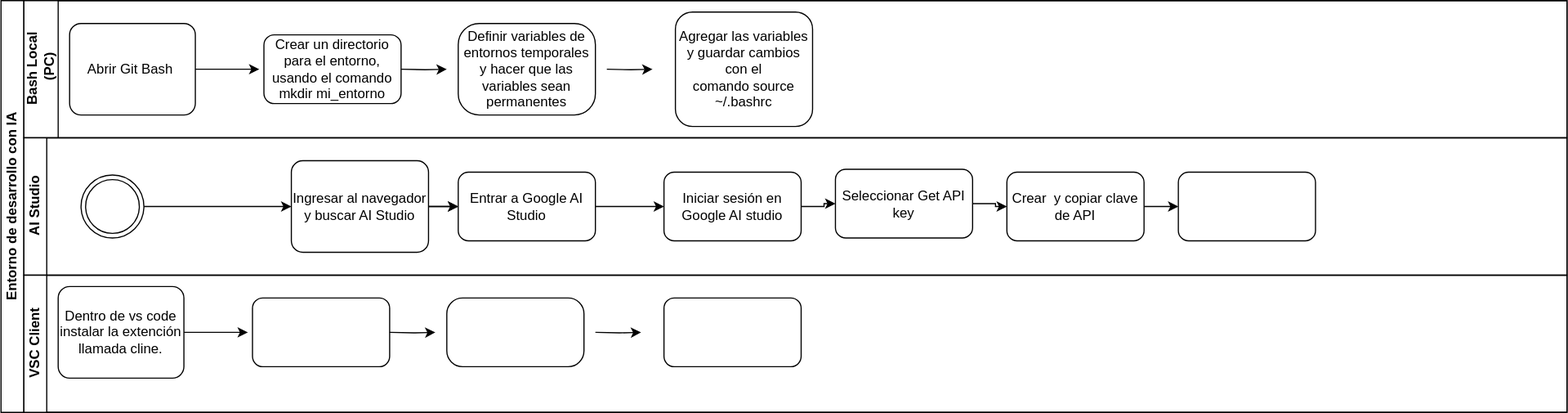
Above: systems_analysis/eva2/crear-env-vars-gitbash-windows.drawio.svg in cdvelop/aiep (draw.io), before the change. Source tidied: cells renumbered, new cells last; positions are measured from the earlier drawing's top-left corner, leaving out a move shared by most shapes. Source of this version:
```xml
<mxGraphModel>
  <root>
    <mxCell id="0" />
    <mxCell id="1" parent="0" />
    <mxCell id="2" value="Entorno de desarrollo con IA" style="swimlane;html=1;horizontal=0;startSize=20;whiteSpace=wrap;" parent="1" vertex="1">
      <mxGeometry width="1370" height="360" as="geometry" />
    </mxCell>
    <mxCell id="3" value="&lt;div&gt;Bash Local&lt;/div&gt;&amp;nbsp;(PC)" style="swimlane;html=1;startSize=30;horizontal=0;" parent="2" vertex="1">
      <mxGeometry x="20" width="1350" height="120" as="geometry" />
    </mxCell>
    <mxCell id="4" value="Abrir Git Bash&amp;nbsp;" style="points=[[0.25,0,0],[0.5,0,0],[0.75,0,0],[1,0.25,0],[1,0.5,0],[1,0.75,0],[0.75,1,0],[0.5,1,0],[0.25,1,0],[0,0.75,0],[0,0.5,0],[0,0.25,0]];shape=mxgraph.bpmn.task2;whiteSpace=wrap;rectStyle=rounded;size=10;html=1;taskMarker=abstract;" parent="3" vertex="1">
      <mxGeometry x="40" y="20" width="110" height="80" as="geometry" />
    </mxCell>
    <mxCell id="5" value="Definir variables de entornos temporales y hacer que las variables sean permanentes" style="rounded=1;whiteSpace=wrap;html=1;arcSize=23;" parent="3" vertex="1">
      <mxGeometry x="380" y="20" width="120" height="80" as="geometry" />
    </mxCell>
    <mxCell id="6" value="Crear un directorio para el entorno, usando el comando mkdir mi_entorno" style="rounded=1;whiteSpace=wrap;html=1;" parent="3" vertex="1">
      <mxGeometry x="210" y="30" width="120" height="60" as="geometry" />
    </mxCell>
    <mxCell id="7" value="Agregar las variables y guardar cambios con el comando&amp;nbsp;source ~/.bashrc" style="rounded=1;whiteSpace=wrap;html=1;" parent="3" vertex="1">
      <mxGeometry x="570" y="10" width="120" height="100" as="geometry" />
    </mxCell>
    <mxCell id="8" value="AI Studio" style="swimlane;html=1;startSize=20;horizontal=0;" parent="2" vertex="1">
      <mxGeometry x="20" y="120" width="1350" height="120" as="geometry" />
    </mxCell>
    <mxCell id="9" style="edgeStyle=orthogonalEdgeStyle;rounded=0;jettySize=auto;html=1;" parent="8" edge="1" source="11" target="13">
      <mxGeometry relative="1" as="geometry" />
    </mxCell>
    <mxCell id="10" style="edgeStyle=orthogonalEdgeStyle;rounded=0;jettySize=auto;html=1;" parent="8" edge="1" source="11" target="13">
      <mxGeometry relative="1" as="geometry" />
    </mxCell>
    <mxCell id="11" value="Ingresar al navegador y buscar AI Studio" style="points=[[0.25,0,0],[0.5,0,0],[0.75,0,0],[1,0.25,0],[1,0.5,0],[1,0.75,0],[0.75,1,0],[0.5,1,0],[0.25,1,0],[0,0.75,0],[0,0.5,0],[0,0.25,0]];shape=mxgraph.bpmn.task2;whiteSpace=wrap;rectStyle=rounded;size=10;html=1;taskMarker=abstract;" parent="8" vertex="1">
      <mxGeometry x="234" y="20" width="120" height="80" as="geometry" />
    </mxCell>
    <mxCell id="12" style="edgeStyle=orthogonalEdgeStyle;rounded=0;jettySize=auto;html=1;" parent="8" edge="1" source="13" target="15">
      <mxGeometry relative="1" as="geometry" />
    </mxCell>
    <mxCell id="13" value="Entrar a Google AI Studio" style="rounded=1;whiteSpace=wrap;html=1;" parent="8" vertex="1">
      <mxGeometry x="380" y="30" width="120" height="60" as="geometry" />
    </mxCell>
    <mxCell id="14" style="edgeStyle=orthogonalEdgeStyle;rounded=0;jettySize=auto;html=1;" parent="8" edge="1" source="15" target="17">
      <mxGeometry relative="1" as="geometry" />
    </mxCell>
    <mxCell id="15" value="Iniciar sesión en Google AI studio" style="rounded=1;whiteSpace=wrap;html=1;" parent="8" vertex="1">
      <mxGeometry x="560" y="30" width="120" height="60" as="geometry" />
    </mxCell>
    <mxCell id="16" style="edgeStyle=orthogonalEdgeStyle;rounded=0;jettySize=auto;html=1;entryX=0;entryY=0.5;entryDx=0;entryDy=0;" parent="8" edge="1" source="17" target="21">
      <mxGeometry relative="1" as="geometry" />
    </mxCell>
    <mxCell id="17" value="Seleccionar Get API key" style="rounded=1;whiteSpace=wrap;html=1;" parent="8" vertex="1">
      <mxGeometry x="710" y="27.5" width="120" height="60" as="geometry" />
    </mxCell>
    <mxCell id="18" style="edgeStyle=orthogonalEdgeStyle;rounded=0;jettySize=auto;html=1;entryX=0;entryY=0.5;entryDx=0;entryDy=0;entryPerimeter=0;" parent="8" edge="1" source="19" target="11">
      <mxGeometry relative="1" as="geometry" />
    </mxCell>
    <mxCell id="19" style="ellipse;shape=doubleEllipse;whiteSpace=wrap;html=1;" parent="8" vertex="1">
      <mxGeometry x="50" y="32.5" width="55" height="55" as="geometry" />
    </mxCell>
    <mxCell id="20" style="edgeStyle=orthogonalEdgeStyle;rounded=0;jettySize=auto;html=1;entryX=0;entryY=0.5;entryDx=0;entryDy=0;" parent="8" edge="1" source="21" target="22">
      <mxGeometry relative="1" as="geometry" />
    </mxCell>
    <mxCell id="21" value="Crear&amp;nbsp; y copiar clave de API" style="rounded=1;whiteSpace=wrap;html=1;" parent="8" vertex="1">
      <mxGeometry x="860" y="30" width="120" height="60" as="geometry" />
    </mxCell>
    <mxCell id="22" style="rounded=1;whiteSpace=wrap;html=1;" parent="8" vertex="1">
      <mxGeometry x="1010" y="30" width="120" height="60" as="geometry" />
    </mxCell>
    <mxCell id="23" value="VSC Client" style="swimlane;html=1;startSize=20;horizontal=0;" parent="2" vertex="1">
      <mxGeometry x="20" y="240" width="1350" height="120" as="geometry" />
    </mxCell>
    <mxCell id="24" value="Dentro de vs code instalar la extención llamada cline." style="points=[[0.25,0,0],[0.5,0,0],[0.75,0,0],[1,0.25,0],[1,0.5,0],[1,0.75,0],[0.75,1,0],[0.5,1,0],[0.25,1,0],[0,0.75,0],[0,0.5,0],[0,0.25,0]];shape=mxgraph.bpmn.task2;whiteSpace=wrap;rectStyle=rounded;size=10;html=1;taskMarker=abstract;" parent="23" vertex="1">
      <mxGeometry x="30" y="10" width="110" height="80" as="geometry" />
    </mxCell>
    <mxCell id="25" style="rounded=1;whiteSpace=wrap;html=1;arcSize=23;" parent="23" vertex="1">
      <mxGeometry x="370" y="20" width="120" height="60" as="geometry" />
    </mxCell>
    <mxCell id="26" style="rounded=1;whiteSpace=wrap;html=1;" parent="23" vertex="1">
      <mxGeometry x="200" y="20" width="120" height="60" as="geometry" />
    </mxCell>
    <mxCell id="27" style="rounded=1;whiteSpace=wrap;html=1;" parent="23" vertex="1">
      <mxGeometry x="560" y="20" width="120" height="60" as="geometry" />
    </mxCell>
    <mxCell id="28" style="edgeStyle=orthogonalEdgeStyle;rounded=0;jettySize=auto;html=1;exitX=1;exitY=0.5;exitDx=0;exitDy=0;exitPerimeter=0;" parent="23" edge="1" source="24">
      <mxGeometry relative="1" as="geometry">
        <mxPoint x="196" y="50" as="targetPoint" />
      </mxGeometry>
    </mxCell>
    <mxCell id="29" style="edgeStyle=orthogonalEdgeStyle;rounded=0;orthogonalLoop=1;jettySize=auto;html=1;" parent="23" edge="1">
      <mxGeometry relative="1" as="geometry">
        <mxPoint x="320" y="50" as="sourcePoint" />
        <mxPoint x="360" y="50" as="targetPoint" />
      </mxGeometry>
    </mxCell>
    <mxCell id="30" style="edgeStyle=orthogonalEdgeStyle;rounded=0;orthogonalLoop=1;jettySize=auto;html=1;" parent="23" edge="1">
      <mxGeometry relative="1" as="geometry">
        <mxPoint x="500" y="50" as="sourcePoint" />
        <mxPoint x="540" y="50" as="targetPoint" />
      </mxGeometry>
    </mxCell>
    <mxCell id="31" style="edgeStyle=orthogonalEdgeStyle;rounded=0;jettySize=auto;html=1;exitX=1;exitY=0.5;exitDx=0;exitDy=0;exitPerimeter=0;" parent="1" edge="1" source="4">
      <mxGeometry relative="1" as="geometry">
        <mxPoint x="226" y="60" as="targetPoint" />
      </mxGeometry>
    </mxCell>
    <mxCell id="32" style="edgeStyle=orthogonalEdgeStyle;rounded=0;orthogonalLoop=1;jettySize=auto;html=1;" parent="1" edge="1">
      <mxGeometry relative="1" as="geometry">
        <mxPoint x="350" y="60" as="sourcePoint" />
        <mxPoint x="390" y="60" as="targetPoint" />
      </mxGeometry>
    </mxCell>
    <mxCell id="33" style="edgeStyle=orthogonalEdgeStyle;rounded=0;orthogonalLoop=1;jettySize=auto;html=1;" parent="1" edge="1">
      <mxGeometry relative="1" as="geometry">
        <mxPoint x="530" y="60" as="sourcePoint" />
        <mxPoint x="570" y="60" as="targetPoint" />
      </mxGeometry>
    </mxCell>
  </root>
</mxGraphModel>
```
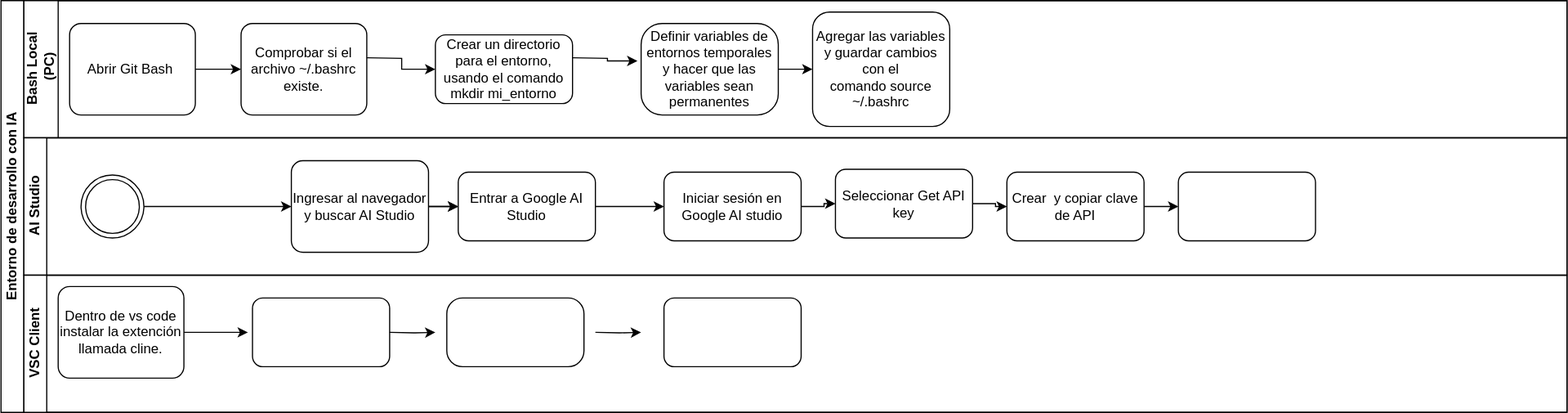
The same file after the commit.

The edit, as a diff of the source:
```diff
@@ -11,15 +11,24 @@
     <mxCell id="4" value="Abrir Git Bash&amp;nbsp;" style="points=[[0.25,0,0],[0.5,0,0],[0.75,0,0],[1,0.25,0],[1,0.5,0],[1,0.75,0],[0.75,1,0],[0.5,1,0],[0.25,1,0],[0,0.75,0],[0,0.5,0],[0,0.25,0]];shape=mxgraph.bpmn.task2;whiteSpace=wrap;rectStyle=rounded;size=10;html=1;taskMarker=abstract;" parent="3" vertex="1">
       <mxGeometry x="40" y="20" width="110" height="80" as="geometry" />
     </mxCell>
+    <mxCell id="34" style="edgeStyle=orthogonalEdgeStyle;rounded=0;jettySize=auto;html=1;entryX=0;entryY=0.5;entryDx=0;entryDy=0;" parent="3" edge="1" source="5" target="7">
+      <mxGeometry relative="1" as="geometry" />
+    </mxCell>
     <mxCell id="5" value="Definir variables de entornos temporales y hacer que las variables sean permanentes" style="rounded=1;whiteSpace=wrap;html=1;arcSize=23;" parent="3" vertex="1">
-      <mxGeometry x="380" y="20" width="120" height="80" as="geometry" />
+      <mxGeometry x="540" y="20" width="120" height="80" as="geometry" />
     </mxCell>
     <mxCell id="6" value="Crear un directorio para el entorno, usando el comando mkdir mi_entorno" style="rounded=1;whiteSpace=wrap;html=1;" parent="3" vertex="1">
-      <mxGeometry x="210" y="30" width="120" height="60" as="geometry" />
+      <mxGeometry x="360" y="30" width="120" height="60" as="geometry" />
     </mxCell>
     <mxCell id="7" value="Agregar las variables y guardar cambios con el comando&amp;nbsp;source ~/.bashrc" style="rounded=1;whiteSpace=wrap;html=1;" parent="3" vertex="1">
-      <mxGeometry x="570" y="10" width="120" height="100" as="geometry" />
+      <mxGeometry x="690" y="10" width="120" height="100" as="geometry" />
     </mxCell>
+    <mxCell id="35" value="Comprobar si el archivo ~/.bashrc existe." style="points=[[0.25,0,0],[0.5,0,0],[0.75,0,0],[1,0.25,0],[1,0.5,0],[1,0.75,0],[0.75,1,0],[0.5,1,0],[0.25,1,0],[0,0.75,0],[0,0.5,0],[0,0.25,0]];shape=mxgraph.bpmn.task2;whiteSpace=wrap;rectStyle=rounded;size=10;html=1;taskMarker=abstract;" parent="3" vertex="1">
+      <mxGeometry x="190" y="20" width="110" height="80" as="geometry" />
+    </mxCell>
+    <mxCell id="31" style="edgeStyle=orthogonalEdgeStyle;rounded=0;jettySize=auto;html=1;exitX=1;exitY=0.5;exitDx=0;exitDy=0;exitPerimeter=0;entryX=0;entryY=0.5;entryDx=0;entryDy=0;entryPerimeter=0;" parent="3" edge="1" source="4" target="35">
+      <mxGeometry relative="1" as="geometry" />
+    </mxCell>
     <mxCell id="8" value="AI Studio" style="swimlane;html=1;startSize=20;horizontal=0;" parent="2" vertex="1">
       <mxGeometry x="20" y="120" width="1350" height="120" as="geometry" />
     </mxCell>
@@ -97,21 +106,14 @@
         <mxPoint x="540" y="50" as="targetPoint" />
       </mxGeometry>
     </mxCell>
-    <mxCell id="31" style="edgeStyle=orthogonalEdgeStyle;rounded=0;jettySize=auto;html=1;exitX=1;exitY=0.5;exitDx=0;exitDy=0;exitPerimeter=0;" parent="1" edge="1" source="4">
-      <mxGeometry relative="1" as="geometry">
-        <mxPoint x="226" y="60" as="targetPoint" />
-      </mxGeometry>
-    </mxCell>
-    <mxCell id="32" style="edgeStyle=orthogonalEdgeStyle;rounded=0;orthogonalLoop=1;jettySize=auto;html=1;" parent="1" edge="1">
+    <mxCell id="32" style="edgeStyle=orthogonalEdgeStyle;rounded=0;jettySize=auto;html=1;entryX=0;entryY=0.5;entryDx=0;entryDy=0;" parent="1" edge="1" target="6">
       <mxGeometry relative="1" as="geometry">
-        <mxPoint x="350" y="60" as="sourcePoint" />
-        <mxPoint x="390" y="60" as="targetPoint" />
+        <mxPoint x="320" y="50" as="sourcePoint" />
       </mxGeometry>
     </mxCell>
-    <mxCell id="33" style="edgeStyle=orthogonalEdgeStyle;rounded=0;orthogonalLoop=1;jettySize=auto;html=1;" parent="1" edge="1">
+    <mxCell id="33" style="edgeStyle=orthogonalEdgeStyle;rounded=0;jettySize=auto;html=1;entryX=-0.027;entryY=0.41;entryDx=0;entryDy=0;entryPerimeter=0;" parent="1" edge="1" target="5">
       <mxGeometry relative="1" as="geometry">
-        <mxPoint x="530" y="60" as="sourcePoint" />
-        <mxPoint x="570" y="60" as="targetPoint" />
+        <mxPoint x="500" y="50" as="sourcePoint" />
       </mxGeometry>
     </mxCell>
   </root>
```
